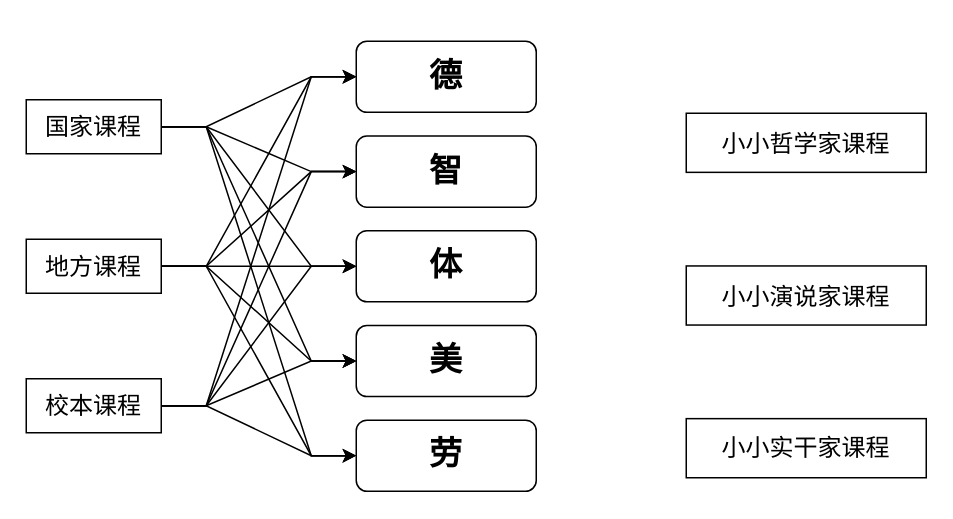
The draw.io diagram 未命名表单.drawio in cmldyu/bourdieu.github.io, before the edit. Source tidied: cells renumbered, new cells numbered last; positions are measured from the earlier drawing's top-left corner, leaving out a move shared by most shapes. Both pictures are drawn from the tidied source at 150%, with x=0, y=0 at pixel (26, 40).
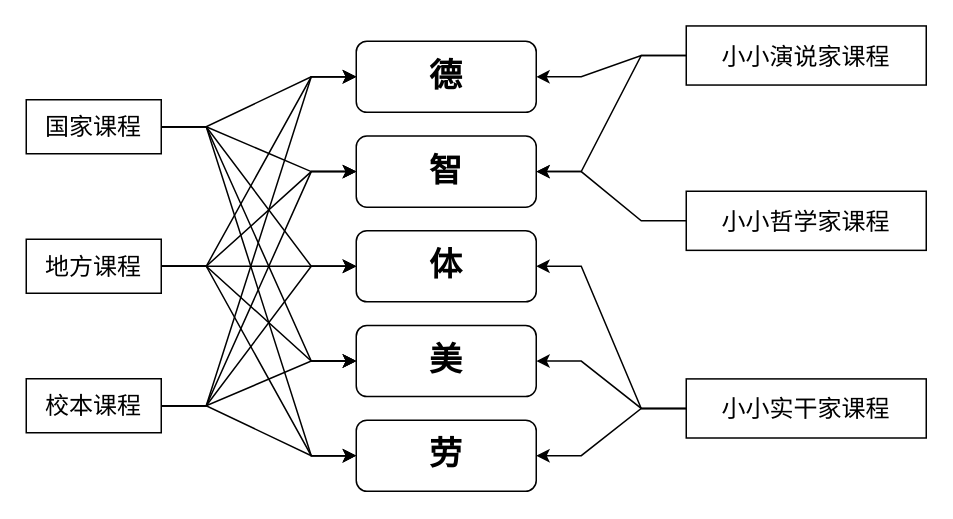
The same page after the edit.

Commit message:
更新未命名表单.drawio

The change refers to these unchanged cells:
```xml
<mxCell id="3" value="德" style="rounded=1;whiteSpace=wrap;html=1;fontSize=22;fontStyle=1;" parent="2" vertex="1">
  <mxGeometry width="120" height="47.4" as="geometry" />
</mxCell>
<mxCell id="4" value="智" style="rounded=1;whiteSpace=wrap;html=1;fontSize=22;fontStyle=1;" parent="2" vertex="1">
  <mxGeometry y="63.2" width="120" height="47.4" as="geometry" />
</mxCell>
<mxCell id="5" value="体" style="rounded=1;whiteSpace=wrap;html=1;fontSize=22;fontStyle=1;" parent="2" vertex="1">
  <mxGeometry y="126.3" width="120" height="47.4" as="geometry" />
</mxCell>
<mxCell id="6" value="美" style="rounded=1;whiteSpace=wrap;html=1;fontSize=22;fontStyle=1;" parent="2" vertex="1">
  <mxGeometry y="189.5" width="120" height="47.4" as="geometry" />
</mxCell>
<mxCell id="7" value="劳" style="rounded=1;whiteSpace=wrap;html=1;fontSize=22;fontStyle=1;" parent="2" vertex="1">
  <mxGeometry y="252.6" width="120" height="47.4" as="geometry" />
</mxCell>
```

Change to the diagram source:
```diff
@@
-    <mxCell id="27" style="group;" parent="1" vertex="1">
-      <mxGeometry x="440" y="48" width="160" height="243" as="geometry" />
-    </mxCell>
-    <mxCell id="28" style="group;" parent="27" vertex="1">
-      <mxGeometry width="160" height="243" as="geometry" />
-    </mxCell>
+    <mxCell id="32" style="edgeStyle=entityRelationEdgeStyle;rounded=0;jettySize=auto;html=1;" parent="1" edge="1" source="29" target="4">
+      <mxGeometry relative="1" as="geometry" />
+    </mxCell>
-    <mxCell id="29" value="小小哲学家课程" style="rounded=0;whiteSpace=wrap;html=1;fontSize=16;" parent="28" vertex="1">
-      <mxGeometry width="160" height="39.4" as="geometry" />
+    <mxCell id="29" value="小小哲学家课程" style="rounded=0;whiteSpace=wrap;html=1;fontSize=16;" parent="1" vertex="1">
+      <mxGeometry x="440" y="100" width="160" height="39.4" as="geometry" />
     </mxCell>
+    <mxCell id="33" style="edgeStyle=entityRelationEdgeStyle;rounded=0;jettySize=auto;html=1;" parent="1" edge="1" source="30" target="4">
+      <mxGeometry relative="1" as="geometry" />
+    </mxCell>
+    <mxCell id="34" style="edgeStyle=entityRelationEdgeStyle;rounded=0;jettySize=auto;html=1;" parent="1" edge="1" source="30" target="3">
+      <mxGeometry relative="1" as="geometry" />
+    </mxCell>
-    <mxCell id="30" value="小小演说家课程" style="rounded=0;whiteSpace=wrap;html=1;fontSize=16;" parent="28" vertex="1">
-      <mxGeometry y="101.8" width="160" height="39.4" as="geometry" />
+    <mxCell id="30" value="小小演说家课程" style="rounded=0;whiteSpace=wrap;html=1;fontSize=16;" parent="1" vertex="1">
+      <mxGeometry x="440" y="-10.2" width="160" height="39.4" as="geometry" />
     </mxCell>
+    <mxCell id="35" style="edgeStyle=entityRelationEdgeStyle;rounded=0;jettySize=auto;html=1;" parent="1" edge="1" source="31" target="5">
+      <mxGeometry relative="1" as="geometry" />
+    </mxCell>
+    <mxCell id="36" style="edgeStyle=entityRelationEdgeStyle;rounded=0;jettySize=auto;html=1;" parent="1" edge="1" source="31" target="7">
+      <mxGeometry relative="1" as="geometry" />
+    </mxCell>
+    <mxCell id="37" style="edgeStyle=entityRelationEdgeStyle;rounded=0;jettySize=auto;html=1;" parent="1" edge="1" source="31" target="6">
+      <mxGeometry relative="1" as="geometry" />
+    </mxCell>
-    <mxCell id="31" value="小小实干家课程" style="rounded=0;whiteSpace=wrap;html=1;fontSize=16;" parent="28" vertex="1">
-      <mxGeometry y="203.6" width="160" height="39.4" as="geometry" />
+    <mxCell id="31" value="小小实干家课程" style="rounded=0;whiteSpace=wrap;html=1;fontSize=16;" parent="1" vertex="1">
+      <mxGeometry x="440" y="225.1" width="160" height="39.4" as="geometry" />
     </mxCell>
```
